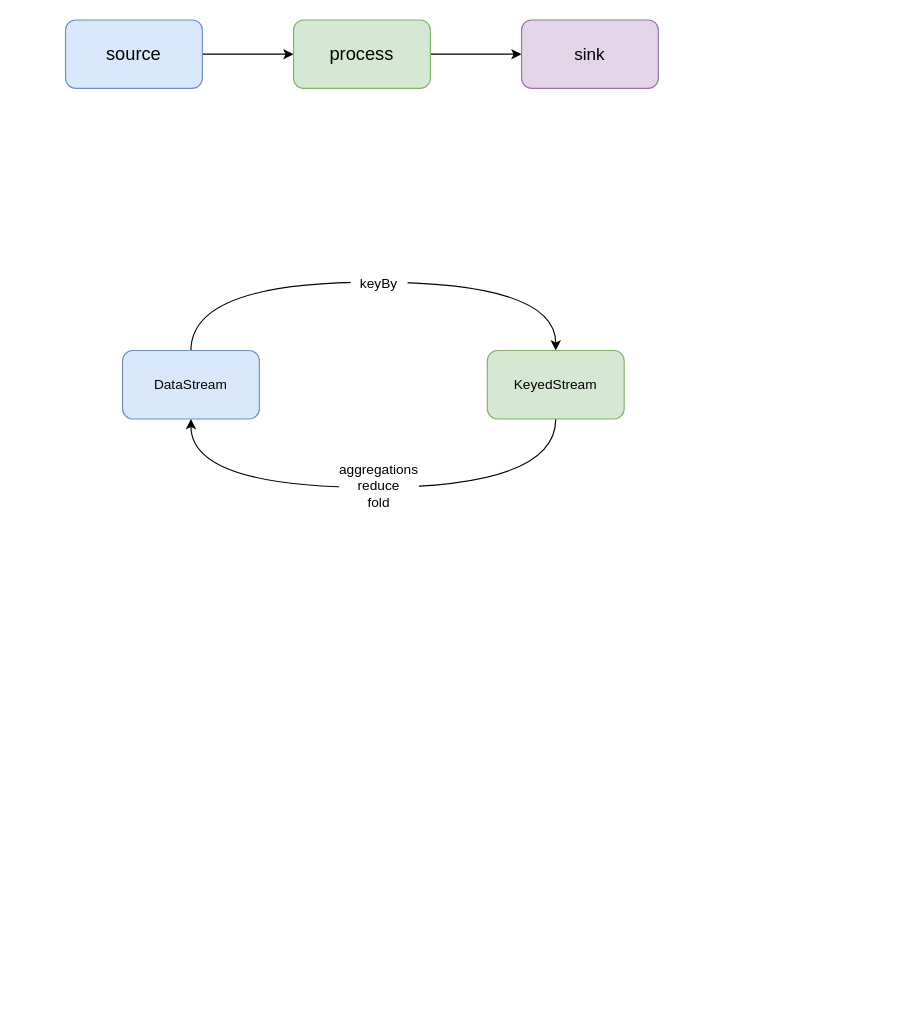
ZiqingYip/moment keeps this draw.io diagram as flink.drawio. Above is the earlier version. Source tidied: cells renumbered, new cells numbered last; positions are measured from the earlier drawing's top-left corner, leaving out a move shared by most shapes. Both pictures are drawn from the tidied source at 114%, with x=0, y=0 at pixel (65, 19).
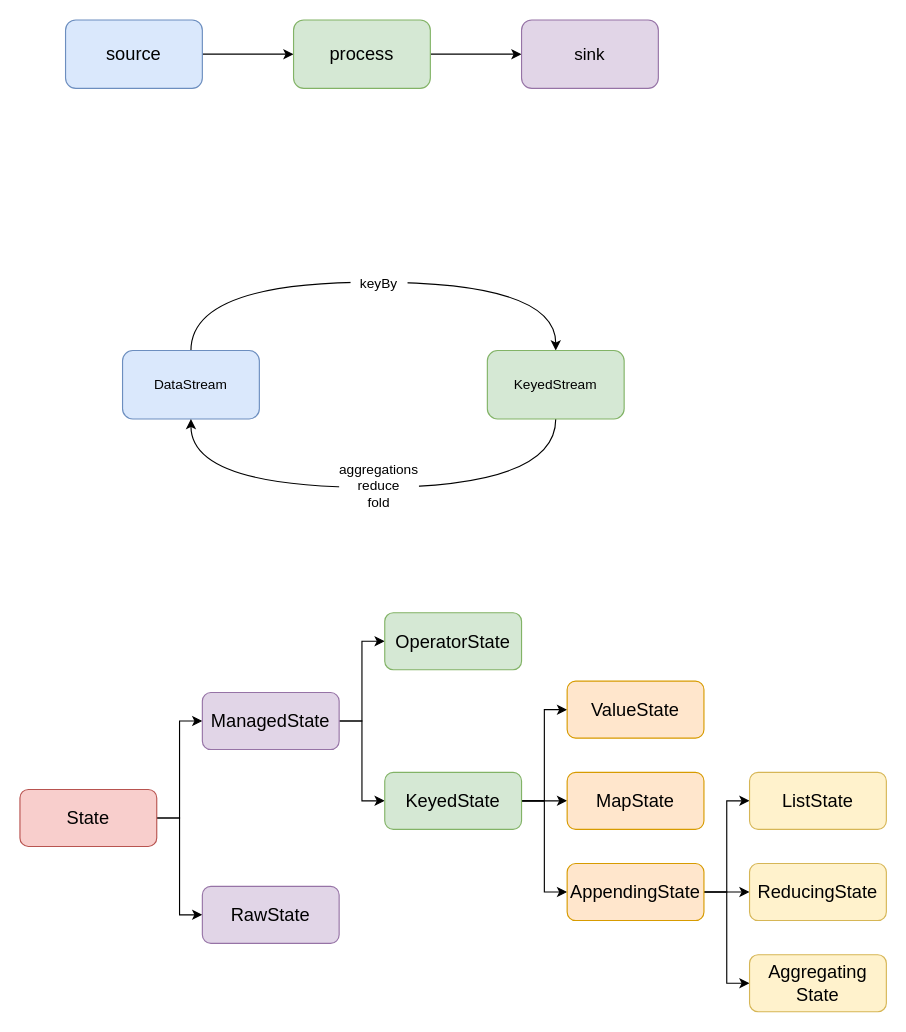
Above is the later version.

The edit, as a diff of the source:
```diff
@@
+    <mxCell id="13" style="edgeStyle=orthogonalEdgeStyle;rounded=0;jettySize=auto;html=1;exitX=1;exitY=0.5;exitDx=0;exitDy=0;entryX=0;entryY=0.5;entryDx=0;entryDy=0;" parent="1" edge="1" source="15" target="18">
+      <mxGeometry relative="1" as="geometry" />
+    </mxCell>
+    <mxCell id="14" style="edgeStyle=orthogonalEdgeStyle;rounded=0;jettySize=auto;html=1;exitX=1;exitY=0.5;exitDx=0;exitDy=0;entryX=0;entryY=0.5;entryDx=0;entryDy=0;" parent="1" edge="1" source="15" target="19">
+      <mxGeometry relative="1" as="geometry" />
+    </mxCell>
+    <mxCell id="15" value="&lt;font style=&quot;font-size: 16px;&quot;&gt;State&lt;/font&gt;" style="rounded=1;whiteSpace=wrap;html=1;fillColor=#f8cecc;strokeColor=#b85450;" parent="1" vertex="1">
+      <mxGeometry x="-40" y="675" width="120" height="50" as="geometry" />
+    </mxCell>
+    <mxCell id="16" style="edgeStyle=orthogonalEdgeStyle;rounded=0;jettySize=auto;html=1;exitX=1;exitY=0.5;exitDx=0;exitDy=0;entryX=0;entryY=0.5;entryDx=0;entryDy=0;" parent="1" edge="1" source="18" target="24">
+      <mxGeometry relative="1" as="geometry" />
+    </mxCell>
+    <mxCell id="17" style="edgeStyle=orthogonalEdgeStyle;rounded=0;jettySize=auto;html=1;exitX=1;exitY=0.5;exitDx=0;exitDy=0;entryX=0;entryY=0.5;entryDx=0;entryDy=0;" parent="1" edge="1" source="18" target="23">
+      <mxGeometry relative="1" as="geometry" />
+    </mxCell>
+    <mxCell id="18" value="&lt;font style=&quot;font-size: 16px;&quot;&gt;ManagedState&lt;/font&gt;" style="rounded=1;whiteSpace=wrap;html=1;fillColor=#e1d5e7;strokeColor=#9673a6;" parent="1" vertex="1">
+      <mxGeometry x="120" y="590" width="120" height="50" as="geometry" />
+    </mxCell>
+    <mxCell id="19" value="&lt;font style=&quot;font-size: 16px;&quot;&gt;RawState&lt;/font&gt;" style="rounded=1;whiteSpace=wrap;html=1;fillColor=#e1d5e7;strokeColor=#9673a6;" parent="1" vertex="1">
+      <mxGeometry x="120" y="760" width="120" height="50" as="geometry" />
+    </mxCell>
+    <mxCell id="20" style="edgeStyle=orthogonalEdgeStyle;rounded=0;jettySize=auto;html=1;exitX=1;exitY=0.5;exitDx=0;exitDy=0;entryX=0;entryY=0.5;entryDx=0;entryDy=0;" parent="1" edge="1" source="23" target="26">
+      <mxGeometry relative="1" as="geometry" />
+    </mxCell>
+    <mxCell id="21" style="edgeStyle=orthogonalEdgeStyle;rounded=0;jettySize=auto;html=1;exitX=1;exitY=0.5;exitDx=0;exitDy=0;entryX=0;entryY=0.5;entryDx=0;entryDy=0;" parent="1" edge="1" source="23" target="25">
+      <mxGeometry relative="1" as="geometry" />
+    </mxCell>
+    <mxCell id="22" style="edgeStyle=orthogonalEdgeStyle;rounded=0;jettySize=auto;html=1;exitX=1;exitY=0.5;exitDx=0;exitDy=0;entryX=0;entryY=0.5;entryDx=0;entryDy=0;" parent="1" edge="1" source="23" target="30">
+      <mxGeometry relative="1" as="geometry" />
+    </mxCell>
+    <mxCell id="23" value="&lt;font style=&quot;font-size: 16px;&quot;&gt;KeyedState&lt;/font&gt;" style="rounded=1;whiteSpace=wrap;html=1;fillColor=#d5e8d4;strokeColor=#82b366;flipV=1;" parent="1" vertex="1">
+      <mxGeometry x="280" y="660" width="120" height="50" as="geometry" />
+    </mxCell>
+    <mxCell id="24" value="&lt;span style=&quot;font-size: 16px;&quot;&gt;OperatorState&lt;/span&gt;" style="rounded=1;whiteSpace=wrap;html=1;fillColor=#d5e8d4;strokeColor=#82b366;flipV=1;" parent="1" vertex="1">
+      <mxGeometry x="280" y="520" width="120" height="50" as="geometry" />
+    </mxCell>
+    <mxCell id="25" value="&lt;font style=&quot;font-size: 16px;&quot;&gt;ValueState&lt;/font&gt;" style="rounded=1;whiteSpace=wrap;html=1;fillColor=#ffe6cc;strokeColor=#d79b00;" parent="1" vertex="1">
+      <mxGeometry x="440" y="580" width="120" height="50" as="geometry" />
+    </mxCell>
+    <mxCell id="26" value="&lt;font style=&quot;font-size: 16px;&quot;&gt;MapState&lt;/font&gt;" style="rounded=1;whiteSpace=wrap;html=1;fillColor=#ffe6cc;strokeColor=#d79b00;" parent="1" vertex="1">
+      <mxGeometry x="440" y="660" width="120" height="50" as="geometry" />
+    </mxCell>
+    <mxCell id="27" style="edgeStyle=orthogonalEdgeStyle;rounded=0;jettySize=auto;html=1;exitX=1;exitY=0.5;exitDx=0;exitDy=0;entryX=0;entryY=0.5;entryDx=0;entryDy=0;" parent="1" edge="1" source="30" target="32">
+      <mxGeometry relative="1" as="geometry" />
+    </mxCell>
+    <mxCell id="28" style="edgeStyle=orthogonalEdgeStyle;rounded=0;jettySize=auto;html=1;exitX=1;exitY=0.5;exitDx=0;exitDy=0;entryX=0;entryY=0.5;entryDx=0;entryDy=0;" parent="1" edge="1" source="30" target="31">
+      <mxGeometry relative="1" as="geometry" />
+    </mxCell>
+    <mxCell id="29" style="edgeStyle=orthogonalEdgeStyle;rounded=0;jettySize=auto;html=1;exitX=1;exitY=0.5;exitDx=0;exitDy=0;entryX=0;entryY=0.5;entryDx=0;entryDy=0;" parent="1" edge="1" source="30" target="33">
+      <mxGeometry relative="1" as="geometry" />
+    </mxCell>
+    <mxCell id="30" value="&lt;font style=&quot;font-size: 16px;&quot;&gt;AppendingState&lt;/font&gt;" style="rounded=1;whiteSpace=wrap;html=1;fillColor=#ffe6cc;strokeColor=#d79b00;" parent="1" vertex="1">
+      <mxGeometry x="440" y="740" width="120" height="50" as="geometry" />
+    </mxCell>
+    <mxCell id="31" value="&lt;font style=&quot;font-size: 16px;&quot;&gt;ListState&lt;/font&gt;" style="rounded=1;whiteSpace=wrap;html=1;fillColor=#fff2cc;strokeColor=#d6b656;" parent="1" vertex="1">
+      <mxGeometry x="600" y="660" width="120" height="50" as="geometry" />
+    </mxCell>
+    <mxCell id="32" value="&lt;font style=&quot;font-size: 16px;&quot;&gt;ReducingState&lt;/font&gt;" style="rounded=1;whiteSpace=wrap;html=1;fillColor=#fff2cc;strokeColor=#d6b656;" parent="1" vertex="1">
+      <mxGeometry x="600" y="740" width="120" height="50" as="geometry" />
+    </mxCell>
+    <mxCell id="33" value="&lt;font style=&quot;font-size: 16px;&quot;&gt;Aggregating&lt;br&gt;State&lt;/font&gt;" style="rounded=1;whiteSpace=wrap;html=1;fillColor=#fff2cc;strokeColor=#d6b656;" parent="1" vertex="1">
+      <mxGeometry x="600" y="820" width="120" height="50" as="geometry" />
+    </mxCell>
```
